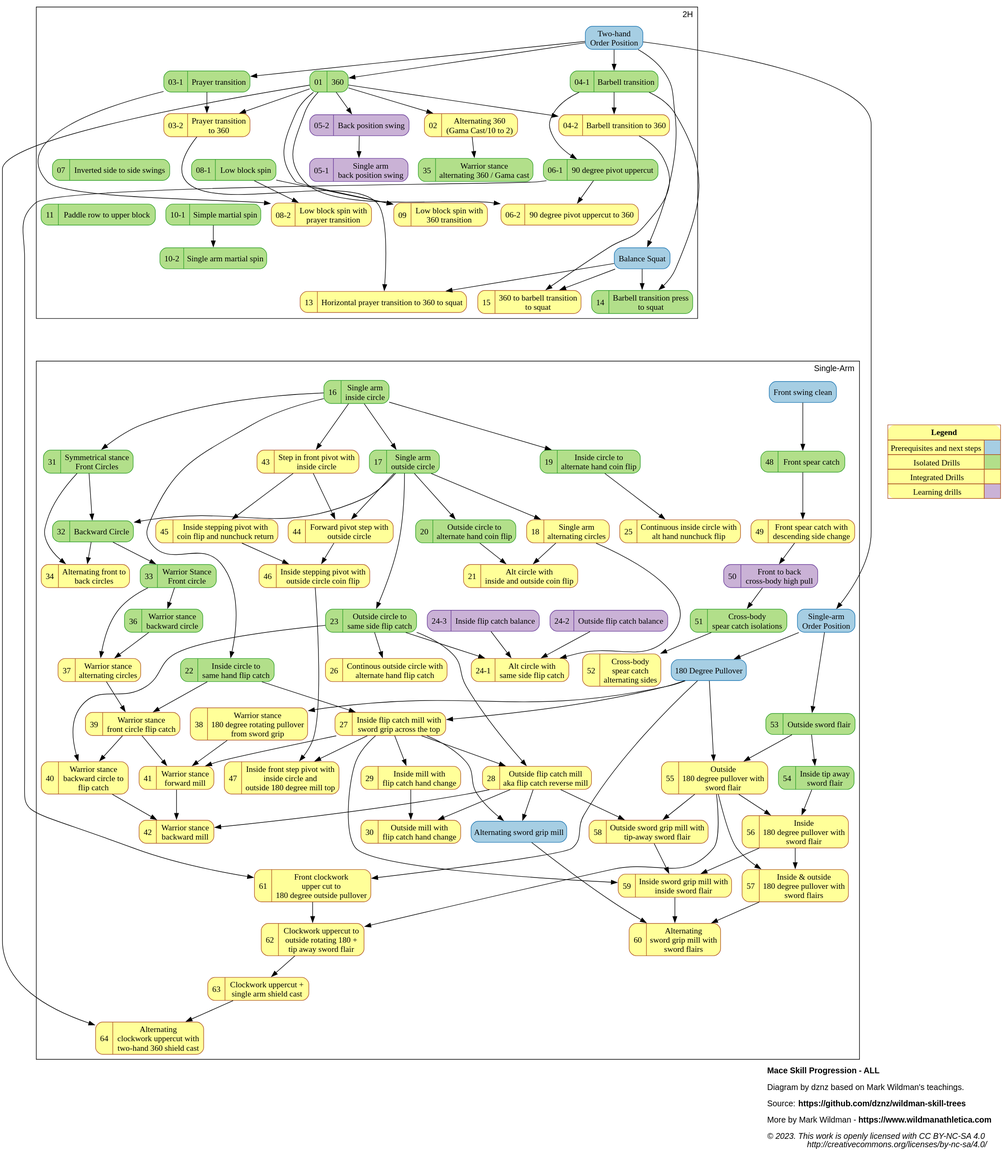
This is dist/mace_progression_ALL.svg from dznz/wildman-skill-trees, a PlantUML export, as it was before one commit. Its source is kept beside it as src/mace/mace_progression_ALL.puml.
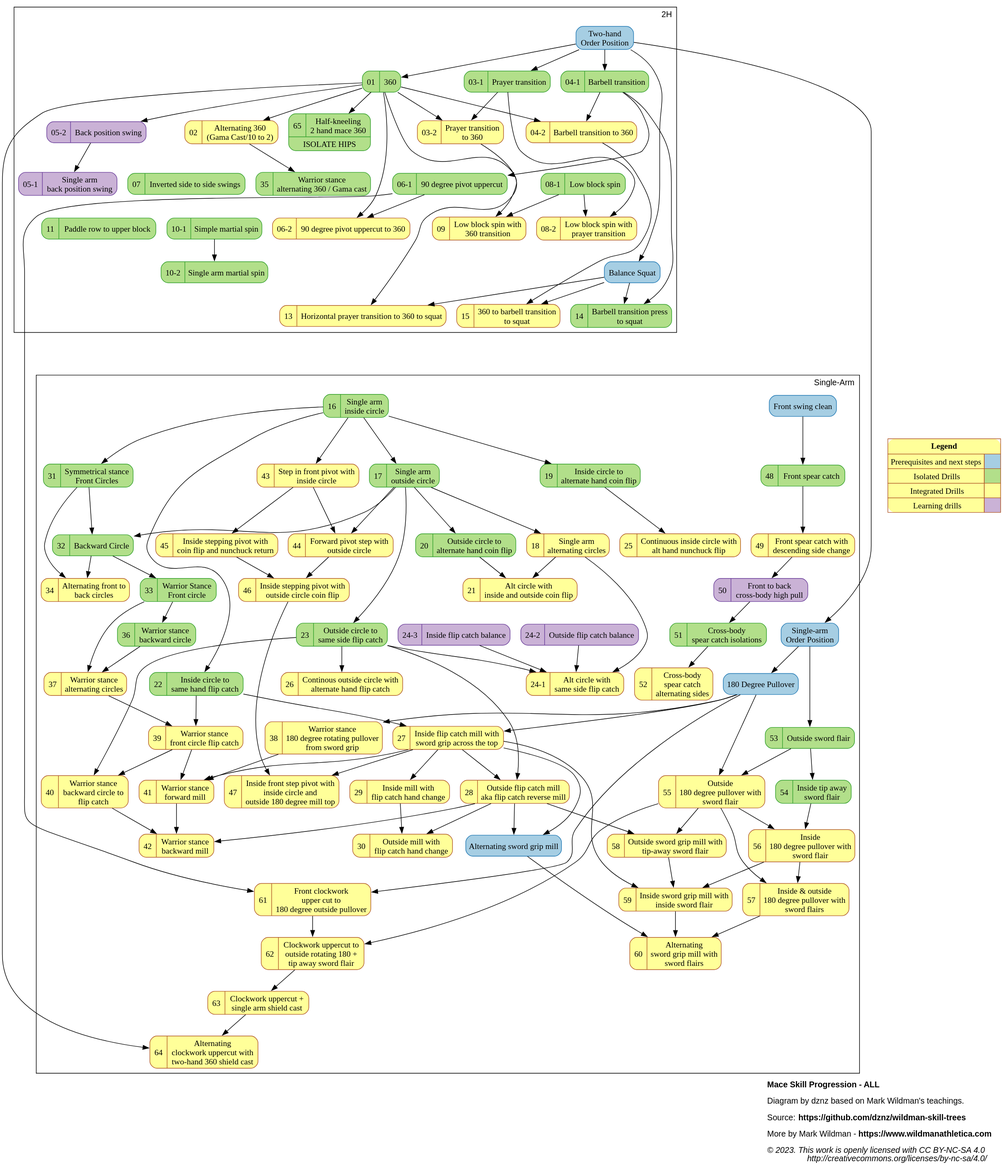
The same file after the commit.

Commit message:
feat(mace_progression): add M-65

The edit, as a diff of the source:
```diff
@@ -41,7 +41,7 @@
   subgraph isolated {
     node [color=4, fillcolor=3]
     mov_01_360, mov_031_prayer, mov_041_barbell, mov_061_uppercut, mov_07_invs2sswing, mov_081_lowblockspin, mov_101_martialspin, mov_102_samartialspin, mov_14_barpress2sq,mov_35_waralt360
-    mov_051_sabackswing, mov_052_backswing, mov_11_paddlerow2upblock, mov_16_saincircle, mov_17_saoutcircle, mov_19_incircle2altcoin, mov_20_outcircle2altcoin, mov_22_incircle2sameflip, mov_23_outcircle2sameflip, mov_242_outflip, mov_243_inflip, mov_31_frcircle, mov_32_bkcircle, mov_33_warfrcircle, mov_36_warbkcircle, mov_48_frspear, mov_51_xbodspear, mov_53_outswordflair, mov_54_inswordflair
+    mov_051_sabackswing, mov_052_backswing, mov_11_paddlerow2upblock, mov_16_saincircle, mov_17_saoutcircle, mov_19_incircle2altcoin, mov_20_outcircle2altcoin, mov_22_incircle2sameflip, mov_23_outcircle2sameflip, mov_242_outflip, mov_243_inflip, mov_31_frcircle, mov_32_bkcircle, mov_33_warfrcircle, mov_36_warbkcircle, mov_48_frspear, mov_51_xbodspear, mov_53_outswordflair, mov_54_inswordflair, mov_65_kneel360
   }
 
 mov_01_360                    [label="{{01  |360}}"                                  URL="https://www.youtube.com/watch?v=TyZ8iYv6Ip0" ]
@@ -120,7 +120,9 @@
 mov_61_clockupper2180outpull   [label="{{61  |Front clockwork\nupper cut to\n180 degree outside pullover}}"          URL="https://www.youtube.com/watch?v=XP7abuBs_V0" ];
 mov_62_clockupper2180outwflair [label="{{62  |Clockwork uppercut to\noutside rotating 180 +\ntip away sword flair}}" URL="https://www.youtube.com/watch?v=VjnRZIYV2H8" ];
 mov_63_clockupperwsasc         [label="{{63  |Clockwork uppercut +\nsingle arm shield cast}}"                        URL="https://www.youtube.com/watch?v=FQFBXlIjcDo" ];
+
 mov_64_altclockupperw360       [label="{{64  |Alternating\nclockwork uppercut with\ntwo-hand 360 shield cast}}"      URL="https://www.youtube.com/watch?v=uE1DaKTf6SI" ];
+mov_65_kneel360                [label="{{65  |Half-kneeling\n2 hand mace 360}|ISOLATE HIPS}"                                       URL="https://www.youtube.com/watch?v=HCCyUmShxYw" ];
 
 // Ungrouped arrows
 
@@ -248,7 +250,9 @@
     mov_041_barbell -> mov_14_barpress2sq
     mov_042_barbell2360 -> mov_15_3602bar2sq
 
+    // 360 into stances
     mov_02_alt360 -> mov_35_waralt360
+    mov_01_360 -> mov_65_kneel360
 
     {rank=same; mov_01_360; mov_031_prayer; mov_041_barbell}
     {rank=same; mov_051_sabackswing; mov_061_uppercut; mov_07_invs2sswing; mov_081_lowblockspin}
```
